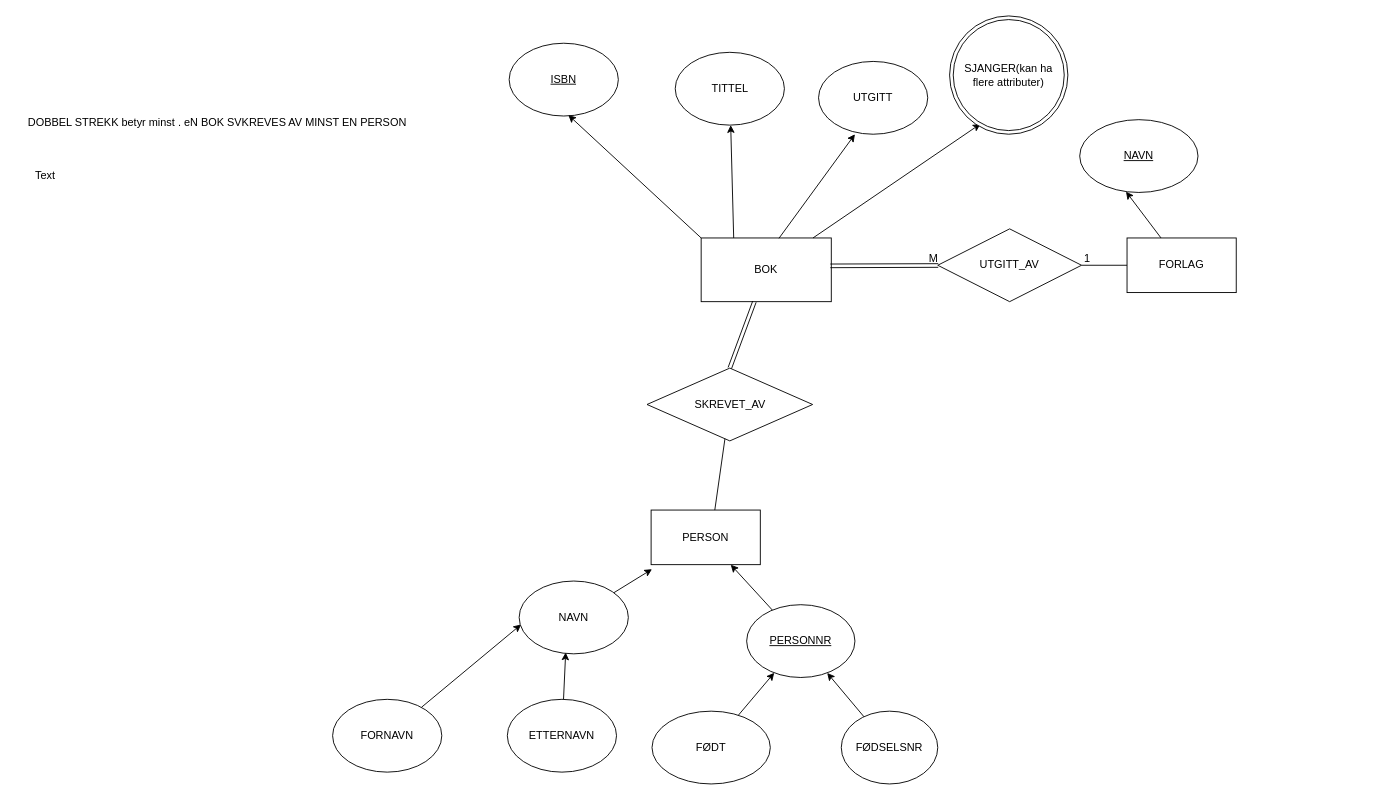
nuskudar94/2090Databaser keeps this draw.io diagram as ER_Model1.drawio. Above is the earlier version. Source tidied: cells renumbered, new cells numbered last; positions are measured from the earlier drawing's top-left corner, leaving out a move shared by most shapes. Both pictures are drawn from the tidied source at 91%, with x=0, y=0 at pixel (15, 15).
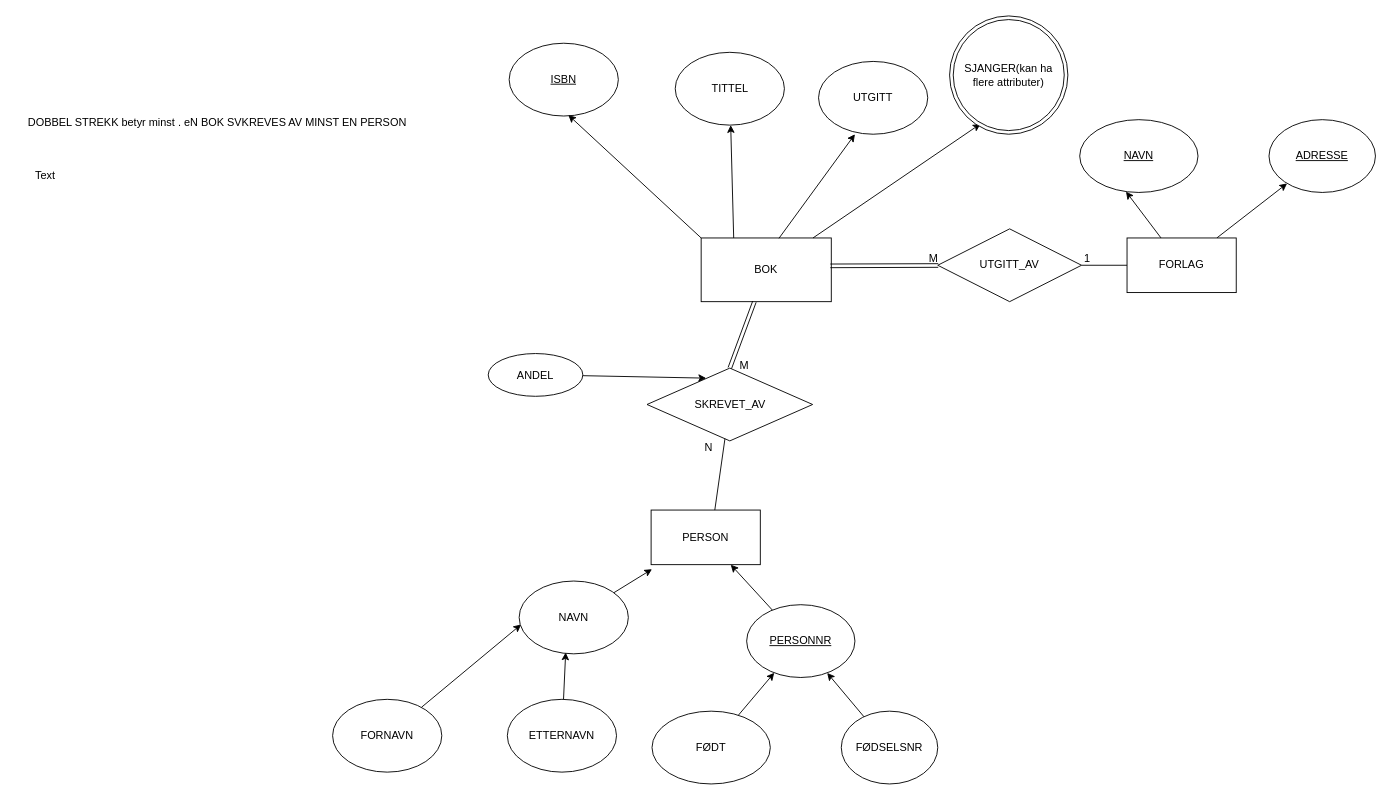
The same page after the edit.

Unchanged cells that the change refers to:
```xml
<mxCell id="15" value="FORLAG" style="whiteSpace=wrap;html=1;" parent="1" vertex="1">
  <mxGeometry x="1221" y="244" width="120" height="60" as="geometry" />
</mxCell>
<mxCell id="32" value="SKREVET_AV" style="rhombus;whiteSpace=wrap;html=1;" parent="1" vertex="1">
  <mxGeometry x="693.5" y="387" width="182" height="80" as="geometry" />
</mxCell>
```

What changed in the source:
```diff
@@
+    <mxCell id="37" style="edgeStyle=none;html=1;" parent="1" edge="1" source="15" target="40">
+      <mxGeometry relative="1" as="geometry" />
+    </mxCell>
@@
+    <mxCell id="38" value="M" style="text;html=1;align=center;verticalAlign=middle;strokeColor=none;fillColor=none;" parent="1" vertex="1">
+      <mxGeometry x="780" y="371" width="39" height="26" as="geometry" />
+    </mxCell>
+    <mxCell id="39" value="N&lt;br&gt;" style="text;html=1;align=center;verticalAlign=middle;strokeColor=none;fillColor=none;" parent="1" vertex="1">
+      <mxGeometry x="741" y="462" width="39" height="26" as="geometry" />
+    </mxCell>
+    <mxCell id="40" value="&lt;u&gt;ADRESSE&lt;br&gt;&lt;/u&gt;" style="ellipse;whiteSpace=wrap;html=1;" parent="1" vertex="1">
+      <mxGeometry x="1377" y="114" width="117" height="80" as="geometry" />
+    </mxCell>
+    <mxCell id="41" style="edgeStyle=none;html=1;entryX=0.357;entryY=0.138;entryDx=0;entryDy=0;entryPerimeter=0;" parent="1" edge="1" source="42" target="32">
+      <mxGeometry relative="1" as="geometry" />
+    </mxCell>
+    <mxCell id="42" value="ANDEL" style="ellipse;whiteSpace=wrap;html=1;" parent="1" vertex="1">
+      <mxGeometry x="519" y="371" width="104" height="47" as="geometry" />
+    </mxCell>
```
